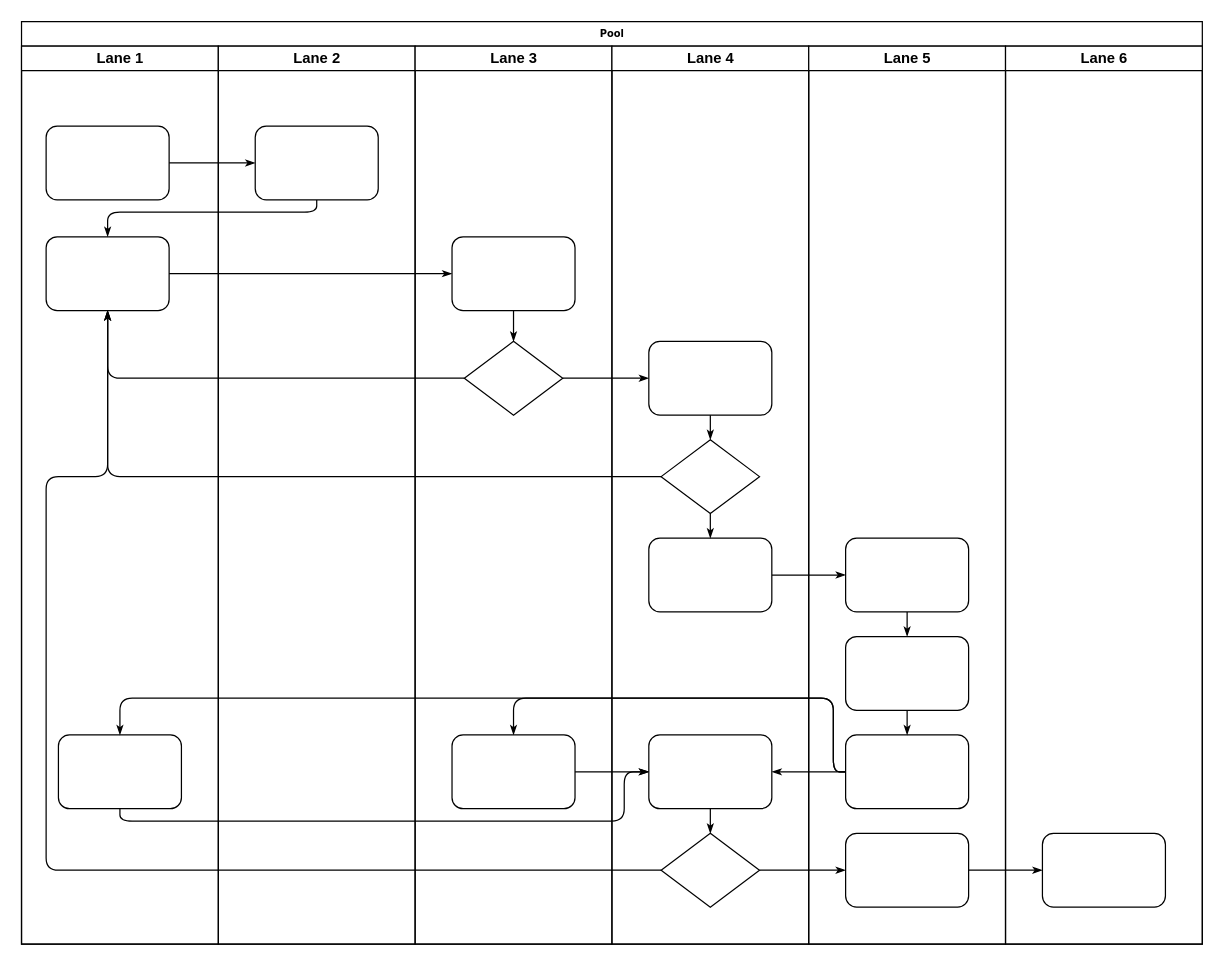
This is 未命名绘图.drawio from brahao/draw.io, a draw.io file, before an edit. Source tidied: cells renumbered, new cells numbered last; positions are measured from the earlier drawing's top-left corner, leaving out a move shared by most shapes. Both pictures are drawn from the tidied source at 123%, with x=0, y=0 at pixel (21, 21).
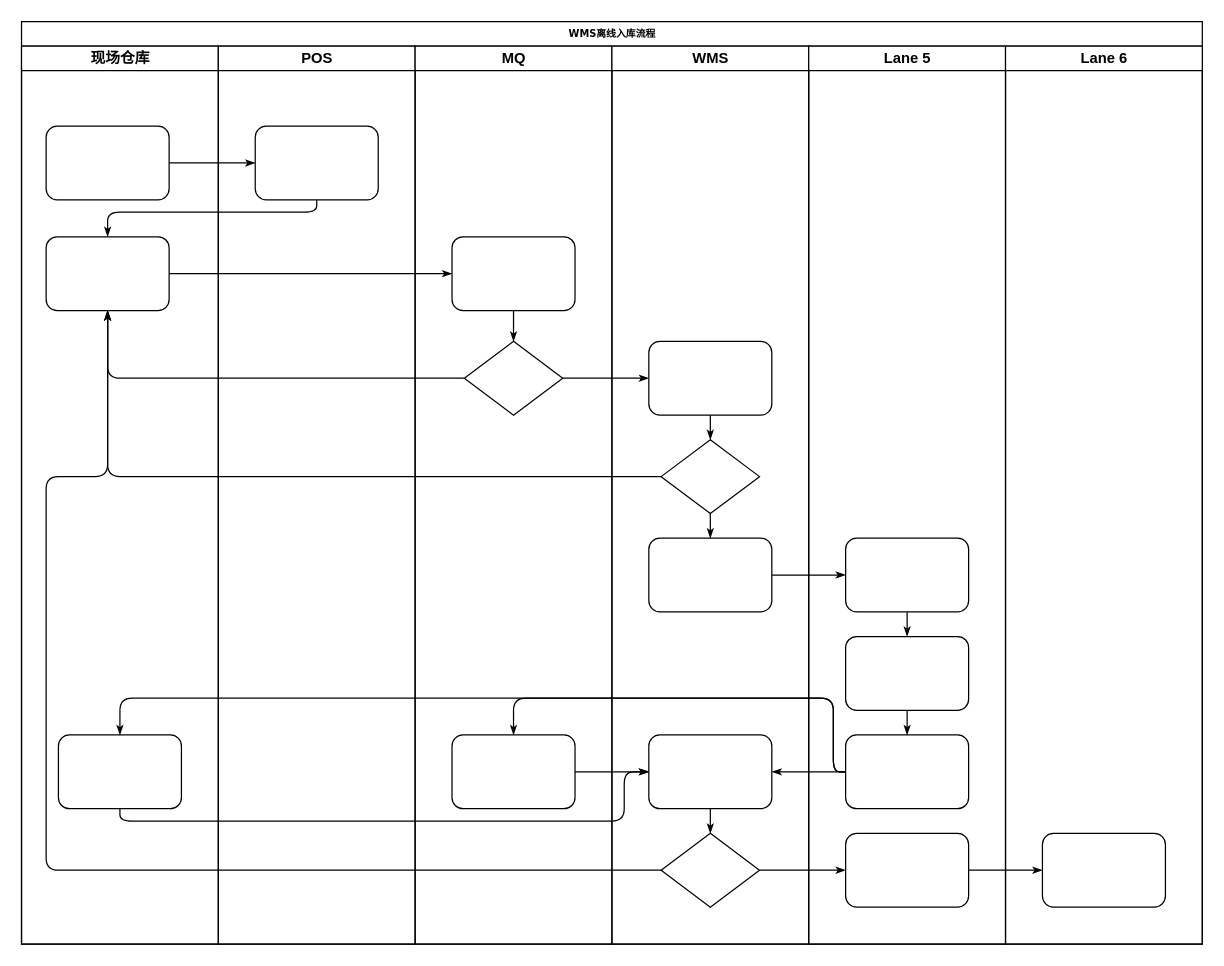
The same page after the edit.

Commit message:
WMS离线流程图.drawio

Change to the diagram source:
```diff
@@
-    <mxCell id="2" value="Pool" style="swimlane;html=1;startSize=20;rounded=0;shadow=0;labelBackgroundColor=none;strokeWidth=1;fontFamily=Verdana;fontSize=8;align=center;" parent="1" vertex="1">
+    <mxCell id="2" value="WMS离线入库流程" style="swimlane;html=1;startSize=20;rounded=0;shadow=0;labelBackgroundColor=none;strokeWidth=1;fontFamily=Verdana;fontSize=8;align=center;" parent="1" vertex="1">
       <mxGeometry width="960" height="750" as="geometry" />
     </mxCell>
-    <mxCell id="3" value="Lane 1" style="swimlane;html=1;startSize=20;" parent="2" vertex="1">
+    <mxCell id="3" value="现场仓库" style="swimlane;html=1;startSize=20;" parent="2" vertex="1">
       <mxGeometry y="20" width="160" height="730" as="geometry" />
     </mxCell>
@@
-    <mxCell id="22" value="Lane 2" style="swimlane;html=1;startSize=20;" parent="2" vertex="1">
+    <mxCell id="22" value="POS" style="swimlane;html=1;startSize=20;" parent="2" vertex="1">
       <mxGeometry x="160" y="20" width="160" height="730" as="geometry" />
     </mxCell>
@@
-    <mxCell id="24" value="Lane 3" style="swimlane;html=1;startSize=20;" parent="2" vertex="1">
+    <mxCell id="24" value="MQ" style="swimlane;html=1;startSize=20;" parent="2" vertex="1">
       <mxGeometry x="320" y="20" width="160" height="730" as="geometry" />
     </mxCell>
@@
-    <mxCell id="29" value="Lane 4" style="swimlane;html=1;startSize=20;" parent="2" vertex="1">
+    <mxCell id="29" value="WMS" style="swimlane;html=1;startSize=20;" parent="2" vertex="1">
       <mxGeometry x="480" y="20" width="160" height="730" as="geometry" />
     </mxCell>
```
